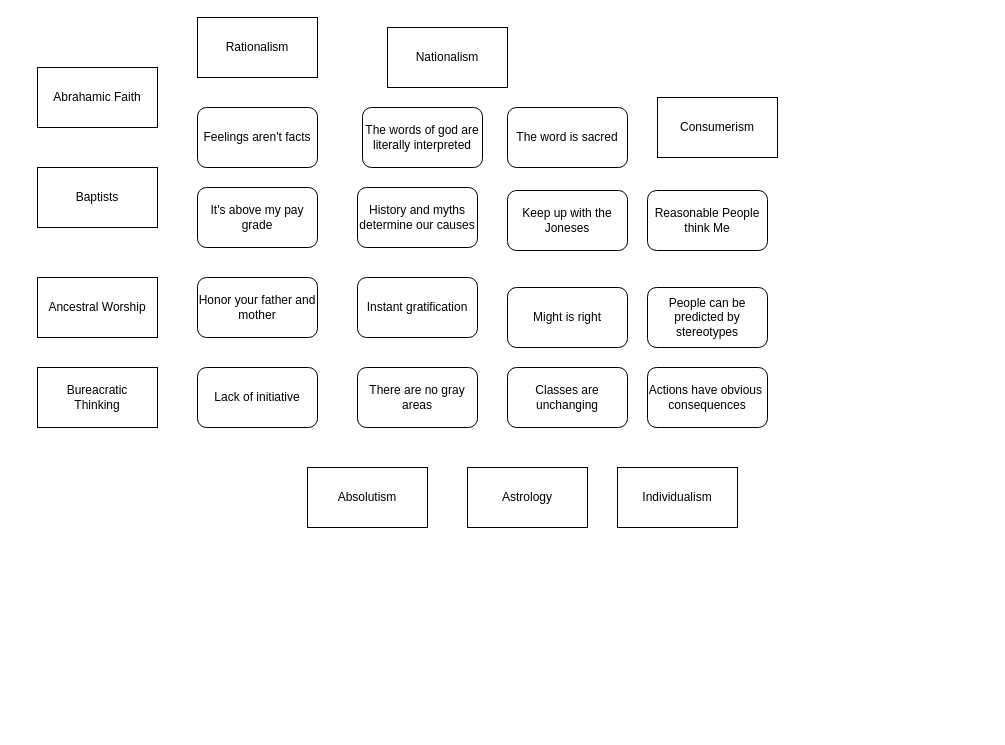
The draw.io diagram memespace_auth.drawio in codeaudit/1, before the edit. Source tidied: cells renumbered, new cells numbered last; positions are measured from the earlier drawing's top-left corner, leaving out a move shared by most shapes. Both pictures are drawn from the tidied source at 100%, with x=0, y=0 at pixel (37, 17).
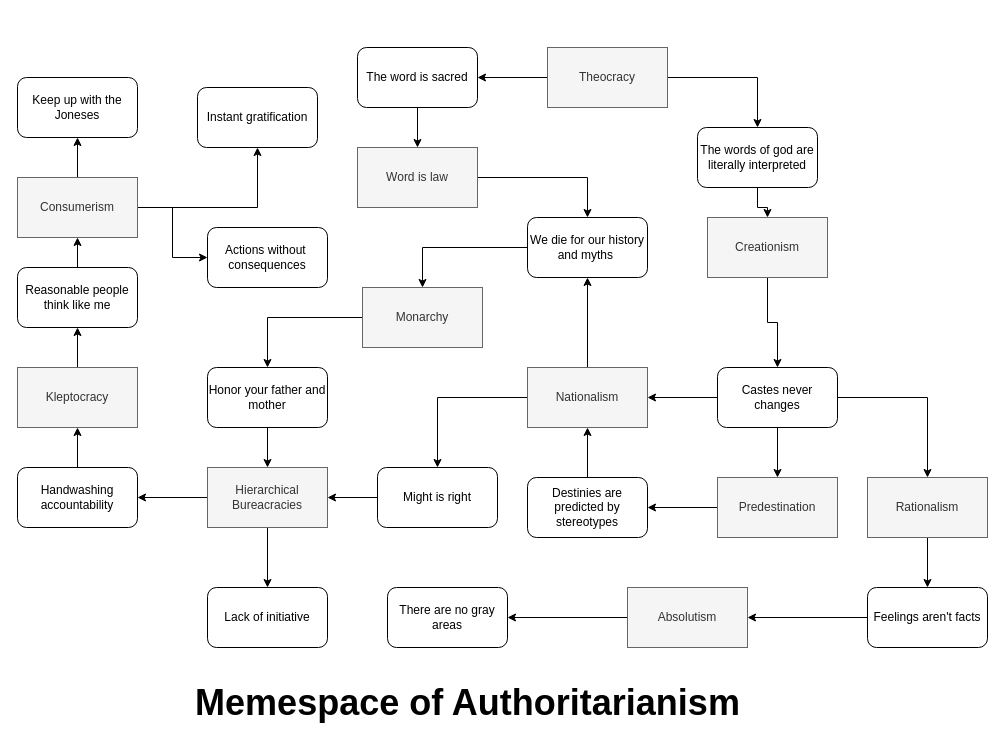
The same diagram, later.

Diff of the diagram source:
```diff
@@
     <mxCell id="2" value="Keep up with the Joneses" style="rounded=1;whiteSpace=wrap;html=1;" parent="1" vertex="1">
-      <mxGeometry x="470" y="173" width="120" height="60" as="geometry" />
+      <mxGeometry x="-20" y="60" width="120" height="60" as="geometry" />
     </mxCell>
+    <mxCell id="27" style="edgeStyle=orthogonalEdgeStyle;rounded=0;jettySize=auto;html=1;" parent="1" edge="1" source="3" target="56">
+      <mxGeometry relative="1" as="geometry" />
+    </mxCell>
     <mxCell id="3" value="The word is sacred" style="rounded=1;whiteSpace=wrap;html=1;" parent="1" vertex="1">
-      <mxGeometry x="470" y="90" width="120" height="60" as="geometry" />
+      <mxGeometry x="320" y="30" width="120" height="60" as="geometry" />
     </mxCell>
+    <mxCell id="28" style="edgeStyle=orthogonalEdgeStyle;rounded=0;jettySize=auto;html=1;" parent="1" edge="1" source="4" target="20">
+      <mxGeometry relative="1" as="geometry" />
+    </mxCell>
     <mxCell id="4" value="Might is right" style="rounded=1;whiteSpace=wrap;html=1;" parent="1" vertex="1">
-      <mxGeometry x="470" y="270" width="120" height="60" as="geometry" />
+      <mxGeometry x="340" y="450" width="120" height="60" as="geometry" />
     </mxCell>
+    <mxCell id="29" style="edgeStyle=orthogonalEdgeStyle;rounded=0;jettySize=auto;html=1;" parent="1" edge="1" source="5" target="26">
+      <mxGeometry relative="1" as="geometry" />
+    </mxCell>
+    <mxCell id="30" style="edgeStyle=orthogonalEdgeStyle;rounded=0;jettySize=auto;html=1;" parent="1" edge="1" source="5" target="24">
+      <mxGeometry relative="1" as="geometry" />
+    </mxCell>
+    <mxCell id="31" style="edgeStyle=orthogonalEdgeStyle;rounded=0;jettySize=auto;html=1;" parent="1" edge="1" source="5" target="21">
+      <mxGeometry relative="1" as="geometry" />
+    </mxCell>
-    <mxCell id="5" value="Classes are unchanging" style="rounded=1;whiteSpace=wrap;html=1;" parent="1" vertex="1">
-      <mxGeometry x="470" y="350" width="120" height="60" as="geometry" />
+    <mxCell id="5" value="Castes never changes" style="rounded=1;whiteSpace=wrap;html=1;" parent="1" vertex="1">
+      <mxGeometry x="680" y="350" width="120" height="60" as="geometry" />
     </mxCell>
+    <mxCell id="32" style="edgeStyle=orthogonalEdgeStyle;rounded=0;jettySize=auto;html=1;" parent="1" edge="1" source="6" target="25">
+      <mxGeometry relative="1" as="geometry" />
+    </mxCell>
     <mxCell id="6" value="Feelings aren't facts" style="rounded=1;whiteSpace=wrap;html=1;" parent="1" vertex="1">
-      <mxGeometry x="160" y="90" width="120" height="60" as="geometry" />
+      <mxGeometry x="830" y="570" width="120" height="60" as="geometry" />
     </mxCell>
     <mxCell id="7" value="There are no gray areas" style="rounded=1;whiteSpace=wrap;html=1;" parent="1" vertex="1">
-      <mxGeometry x="320" y="350" width="120" height="60" as="geometry" />
+      <mxGeometry x="350" y="570" width="120" height="60" as="geometry" />
     </mxCell>
+    <mxCell id="33" style="edgeStyle=orthogonalEdgeStyle;rounded=0;jettySize=auto;html=1;" parent="1" edge="1" source="8" target="22">
+      <mxGeometry relative="1" as="geometry" />
+    </mxCell>
-    <mxCell id="8" value="Reasonable People think Me" style="rounded=1;whiteSpace=wrap;html=1;" parent="1" vertex="1">
-      <mxGeometry x="610" y="173" width="120" height="60" as="geometry" />
+    <mxCell id="8" value="Reasonable people think like me" style="rounded=1;whiteSpace=wrap;html=1;" parent="1" vertex="1">
+      <mxGeometry x="-20" y="250" width="120" height="60" as="geometry" />
     </mxCell>
+    <mxCell id="34" style="edgeStyle=orthogonalEdgeStyle;rounded=0;jettySize=auto;html=1;" parent="1" edge="1" source="9" target="23">
+      <mxGeometry relative="1" as="geometry" />
+    </mxCell>
-    <mxCell id="9" value="It's above my pay grade" style="rounded=1;whiteSpace=wrap;html=1;" parent="1" vertex="1">
-      <mxGeometry x="160" y="170" width="120" height="60" as="geometry" />
+    <mxCell id="9" value="Handwashing&lt;br&gt;accountability" style="rounded=1;whiteSpace=wrap;html=1;" parent="1" vertex="1">
+      <mxGeometry x="-20" y="450" width="120" height="60" as="geometry" />
     </mxCell>
     <mxCell id="10" value="Lack of initiative" style="rounded=1;whiteSpace=wrap;html=1;" parent="1" vertex="1">
-      <mxGeometry x="160" y="350" width="120" height="60" as="geometry" />
+      <mxGeometry x="170" y="570" width="120" height="60" as="geometry" />
     </mxCell>
+    <mxCell id="35" style="edgeStyle=orthogonalEdgeStyle;rounded=0;jettySize=auto;html=1;" parent="1" edge="1" source="11" target="54">
+      <mxGeometry relative="1" as="geometry" />
+    </mxCell>
     <mxCell id="11" value="The words of god are literally interpreted" style="rounded=1;whiteSpace=wrap;html=1;" parent="1" vertex="1">
-      <mxGeometry x="325" y="90" width="120" height="60" as="geometry" />
+      <mxGeometry x="660" y="110" width="120" height="60" as="geometry" />
     </mxCell>
+    <mxCell id="36" style="edgeStyle=orthogonalEdgeStyle;rounded=0;jettySize=auto;html=1;" parent="1" edge="1" source="12" target="26">
+      <mxGeometry relative="1" as="geometry" />
+    </mxCell>
-    <mxCell id="12" value="People can be predicted by stereotypes" style="rounded=1;whiteSpace=wrap;html=1;" parent="1" vertex="1">
-      <mxGeometry x="610" y="270" width="120" height="60" as="geometry" />
+    <mxCell id="12" value="Destinies are predicted by stereotypes" style="rounded=1;whiteSpace=wrap;html=1;" parent="1" vertex="1">
+      <mxGeometry x="490" y="460" width="120" height="60" as="geometry" />
     </mxCell>
-    <mxCell id="13" value="Actions have obvious&amp;nbsp; consequences" style="rounded=1;whiteSpace=wrap;html=1;" parent="1" vertex="1">
-      <mxGeometry x="610" y="350" width="120" height="60" as="geometry" />
+    <mxCell id="13" value="Actions without&amp;nbsp; consequences" style="rounded=1;whiteSpace=wrap;html=1;" parent="1" vertex="1">
+      <mxGeometry x="170" y="210" width="120" height="60" as="geometry" />
     </mxCell>
     <mxCell id="14" value="Instant gratification" style="rounded=1;whiteSpace=wrap;html=1;" parent="1" vertex="1">
-      <mxGeometry x="320" y="260" width="120" height="60" as="geometry" />
+      <mxGeometry x="160" y="70" width="120" height="60" as="geometry" />
     </mxCell>
+    <mxCell id="37" style="edgeStyle=orthogonalEdgeStyle;rounded=0;jettySize=auto;html=1;" parent="1" edge="1" source="15" target="19">
+      <mxGeometry relative="1" as="geometry" />
+    </mxCell>
-    <mxCell id="15" value="History and myths determine our causes" style="rounded=1;whiteSpace=wrap;html=1;" parent="1" vertex="1">
-      <mxGeometry x="320" y="170" width="120" height="60" as="geometry" />
+    <mxCell id="15" value="We die for our history and myths&amp;nbsp;" style="rounded=1;whiteSpace=wrap;html=1;" parent="1" vertex="1">
+      <mxGeometry x="490" y="200" width="120" height="60" as="geometry" />
     </mxCell>
+    <mxCell id="38" style="edgeStyle=orthogonalEdgeStyle;rounded=0;jettySize=auto;html=1;" parent="1" edge="1" source="16" target="20">
+      <mxGeometry relative="1" as="geometry" />
+    </mxCell>
     <mxCell id="16" value="Honor your father and mother" style="rounded=1;whiteSpace=wrap;html=1;" parent="1" vertex="1">
-      <mxGeometry x="160" y="260" width="120" height="60" as="geometry" />
+      <mxGeometry x="170" y="350" width="120" height="60" as="geometry" />
     </mxCell>
-    <mxCell id="17" value="Abrahamic Faith" style="rounded=0;whiteSpace=wrap;html=1;" parent="1" vertex="1">
-      <mxGeometry y="50" width="120" height="60" as="geometry" />
-    </mxCell>
+    <mxCell id="39" style="edgeStyle=orthogonalEdgeStyle;rounded=0;jettySize=auto;html=1;" parent="1" edge="1" source="18" target="3">
+      <mxGeometry relative="1" as="geometry" />
+    </mxCell>
+    <mxCell id="40" style="edgeStyle=orthogonalEdgeStyle;rounded=0;jettySize=auto;html=1;" parent="1" edge="1" source="18" target="11">
+      <mxGeometry relative="1" as="geometry" />
+    </mxCell>
-    <mxCell id="18" value="Baptists" style="rounded=0;whiteSpace=wrap;html=1;" parent="1" vertex="1">
-      <mxGeometry y="150" width="120" height="60" as="geometry" />
+    <mxCell id="18" value="Theocracy" style="rounded=0;whiteSpace=wrap;html=1;fillColor=#f5f5f5;fontColor=#333333;strokeColor=#666666;" parent="1" vertex="1">
+      <mxGeometry x="510" y="30" width="120" height="60" as="geometry" />
     </mxCell>
+    <mxCell id="41" style="edgeStyle=orthogonalEdgeStyle;rounded=0;jettySize=auto;html=1;" parent="1" edge="1" source="19" target="16">
+      <mxGeometry relative="1" as="geometry" />
+    </mxCell>
-    <mxCell id="19" value="Ancestral Worship" style="rounded=0;whiteSpace=wrap;html=1;" parent="1" vertex="1">
-      <mxGeometry y="260" width="120" height="60" as="geometry" />
+    <mxCell id="19" value="Monarchy" style="rounded=0;whiteSpace=wrap;html=1;fillColor=#f5f5f5;fontColor=#333333;strokeColor=#666666;" parent="1" vertex="1">
+      <mxGeometry x="325" y="270" width="120" height="60" as="geometry" />
     </mxCell>
+    <mxCell id="42" style="edgeStyle=orthogonalEdgeStyle;rounded=0;jettySize=auto;html=1;" parent="1" edge="1" source="20" target="10">
+      <mxGeometry relative="1" as="geometry" />
+    </mxCell>
+    <mxCell id="43" style="edgeStyle=orthogonalEdgeStyle;rounded=0;jettySize=auto;html=1;" parent="1" edge="1" source="20" target="9">
+      <mxGeometry relative="1" as="geometry" />
+    </mxCell>
-    <mxCell id="20" value="Bureacratic&lt;br&gt;Thinking" style="rounded=0;whiteSpace=wrap;html=1;" parent="1" vertex="1">
-      <mxGeometry y="350" width="120" height="60" as="geometry" />
+    <mxCell id="20" value="Hierarchical&lt;br&gt;Bureacracies" style="rounded=0;whiteSpace=wrap;html=1;fillColor=#f5f5f5;fontColor=#333333;strokeColor=#666666;" parent="1" vertex="1">
+      <mxGeometry x="170" y="450" width="120" height="60" as="geometry" />
     </mxCell>
+    <mxCell id="44" style="edgeStyle=orthogonalEdgeStyle;rounded=0;jettySize=auto;html=1;" parent="1" edge="1" source="21" target="6">
+      <mxGeometry relative="1" as="geometry" />
+    </mxCell>
-    <mxCell id="21" value="Rationalism" style="rounded=0;whiteSpace=wrap;html=1;" parent="1" vertex="1">
-      <mxGeometry x="160" width="120" height="60" as="geometry" />
+    <mxCell id="21" value="Rationalism" style="rounded=0;whiteSpace=wrap;html=1;fillColor=#f5f5f5;fontColor=#333333;strokeColor=#666666;" parent="1" vertex="1">
+      <mxGeometry x="830" y="460" width="120" height="60" as="geometry" />
     </mxCell>
+    <mxCell id="45" style="edgeStyle=orthogonalEdgeStyle;rounded=0;jettySize=auto;html=1;" parent="1" edge="1" source="22" target="2">
+      <mxGeometry relative="1" as="geometry" />
+    </mxCell>
+    <mxCell id="46" style="edgeStyle=orthogonalEdgeStyle;rounded=0;jettySize=auto;html=1;" parent="1" edge="1" source="22" target="14">
+      <mxGeometry relative="1" as="geometry" />
+    </mxCell>
+    <mxCell id="47" style="edgeStyle=orthogonalEdgeStyle;rounded=0;jettySize=auto;html=1;" parent="1" edge="1" source="22" target="13">
+      <mxGeometry relative="1" as="geometry" />
+    </mxCell>
-    <mxCell id="22" value="Consumerism" style="rounded=0;whiteSpace=wrap;html=1;" parent="1" vertex="1">
-      <mxGeometry x="620" y="80" width="120" height="60" as="geometry" />
+    <mxCell id="22" value="Consumerism" style="rounded=0;whiteSpace=wrap;html=1;fillColor=#f5f5f5;fontColor=#333333;strokeColor=#666666;" parent="1" vertex="1">
+      <mxGeometry x="-20" y="160" width="120" height="60" as="geometry" />
     </mxCell>
+    <mxCell id="48" style="edgeStyle=orthogonalEdgeStyle;rounded=0;jettySize=auto;html=1;" parent="1" edge="1" source="23" target="8">
+      <mxGeometry relative="1" as="geometry" />
+    </mxCell>
-    <mxCell id="23" value="Individualism" style="rounded=0;whiteSpace=wrap;html=1;" parent="1" vertex="1">
-      <mxGeometry x="580" y="450" width="120" height="60" as="geometry" />
+    <mxCell id="23" value="Kleptocracy" style="rounded=0;whiteSpace=wrap;html=1;fillColor=#f5f5f5;fontColor=#333333;strokeColor=#666666;" parent="1" vertex="1">
+      <mxGeometry x="-20" y="350" width="120" height="60" as="geometry" />
     </mxCell>
+    <mxCell id="49" style="edgeStyle=orthogonalEdgeStyle;rounded=0;jettySize=auto;html=1;" parent="1" edge="1" source="24" target="12">
+      <mxGeometry relative="1" as="geometry" />
+    </mxCell>
-    <mxCell id="24" value="Astrology" style="rounded=0;whiteSpace=wrap;html=1;" parent="1" vertex="1">
-      <mxGeometry x="430" y="450" width="120" height="60" as="geometry" />
+    <mxCell id="24" value="Predestination" style="rounded=0;whiteSpace=wrap;html=1;fillColor=#f5f5f5;fontColor=#333333;strokeColor=#666666;" parent="1" vertex="1">
+      <mxGeometry x="680" y="460" width="120" height="60" as="geometry" />
     </mxCell>
+    <mxCell id="50" style="edgeStyle=orthogonalEdgeStyle;rounded=0;jettySize=auto;html=1;" parent="1" edge="1" source="25" target="7">
+      <mxGeometry relative="1" as="geometry" />
+    </mxCell>
-    <mxCell id="25" value="Absolutism" style="rounded=0;whiteSpace=wrap;html=1;" parent="1" vertex="1">
-      <mxGeometry x="270" y="450" width="120" height="60" as="geometry" />
+    <mxCell id="25" value="Absolutism" style="rounded=0;whiteSpace=wrap;html=1;fillColor=#f5f5f5;fontColor=#333333;strokeColor=#666666;" parent="1" vertex="1">
+      <mxGeometry x="590" y="570" width="120" height="60" as="geometry" />
     </mxCell>
+    <mxCell id="51" style="edgeStyle=orthogonalEdgeStyle;rounded=0;jettySize=auto;html=1;" parent="1" edge="1" source="26" target="15">
+      <mxGeometry relative="1" as="geometry" />
+    </mxCell>
+    <mxCell id="52" style="edgeStyle=orthogonalEdgeStyle;rounded=0;jettySize=auto;html=1;" parent="1" edge="1" source="26" target="4">
+      <mxGeometry relative="1" as="geometry" />
+    </mxCell>
-    <mxCell id="26" value="Nationalism" style="rounded=0;whiteSpace=wrap;html=1;" parent="1" vertex="1">
-      <mxGeometry x="350" y="10" width="120" height="60" as="geometry" />
+    <mxCell id="26" value="Nationalism" style="rounded=0;whiteSpace=wrap;html=1;fillColor=#f5f5f5;fontColor=#333333;strokeColor=#666666;" parent="1" vertex="1">
+      <mxGeometry x="490" y="350" width="120" height="60" as="geometry" />
     </mxCell>
+    <mxCell id="53" style="edgeStyle=orthogonalEdgeStyle;rounded=0;jettySize=auto;html=1;" parent="1" edge="1" source="54" target="5">
+      <mxGeometry relative="1" as="geometry" />
+    </mxCell>
+    <mxCell id="54" value="Creationism" style="rounded=0;whiteSpace=wrap;html=1;fillColor=#f5f5f5;fontColor=#333333;strokeColor=#666666;" parent="1" vertex="1">
+      <mxGeometry x="670" y="200" width="120" height="60" as="geometry" />
+    </mxCell>
+    <mxCell id="55" style="edgeStyle=orthogonalEdgeStyle;rounded=0;jettySize=auto;html=1;" parent="1" edge="1" source="56" target="15">
+      <mxGeometry relative="1" as="geometry" />
+    </mxCell>
+    <mxCell id="56" value="Word is law" style="rounded=0;whiteSpace=wrap;html=1;fillColor=#f5f5f5;fontColor=#333333;strokeColor=#666666;" parent="1" vertex="1">
+      <mxGeometry x="320" y="130" width="120" height="60" as="geometry" />
+    </mxCell>
+    <mxCell id="57" value="Memespace of Authoritarianism" style="text;html=1;align=center;verticalAlign=middle;strokeColor=none;fillColor=none;fontStyle=1;fontSize=36;" parent="1" vertex="1">
+      <mxGeometry x="150" y="660" width="560" height="50" as="geometry" />
+    </mxCell>
```
